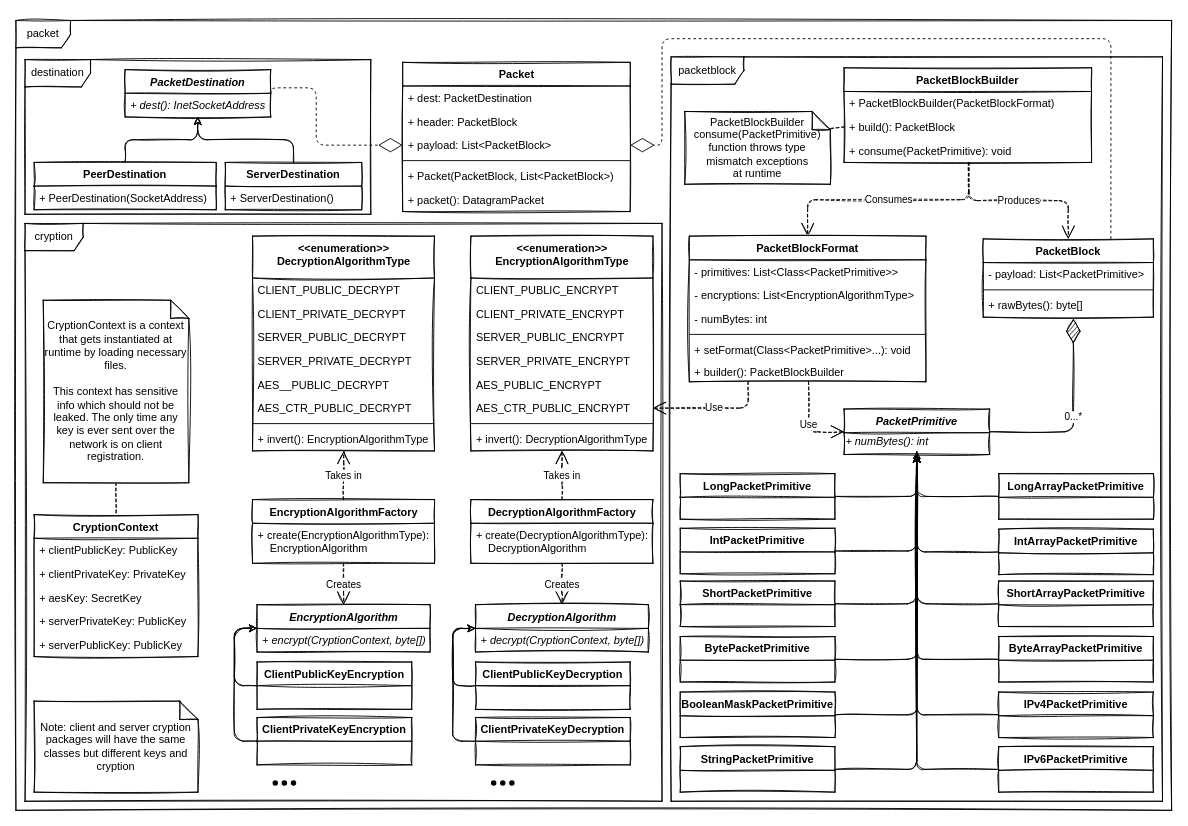
virtual-cardboard/nomad-realms-server keeps this draw.io diagram as src/main/resources/uml/packet.drawio. Above is the earlier version. Source tidied: cells renumbered, new cells numbered last; positions are measured from the earlier drawing's top-left corner, leaving out a move shared by most shapes. Both pictures are drawn from the tidied source at 91%, with x=0, y=0 at pixel (15, 20).
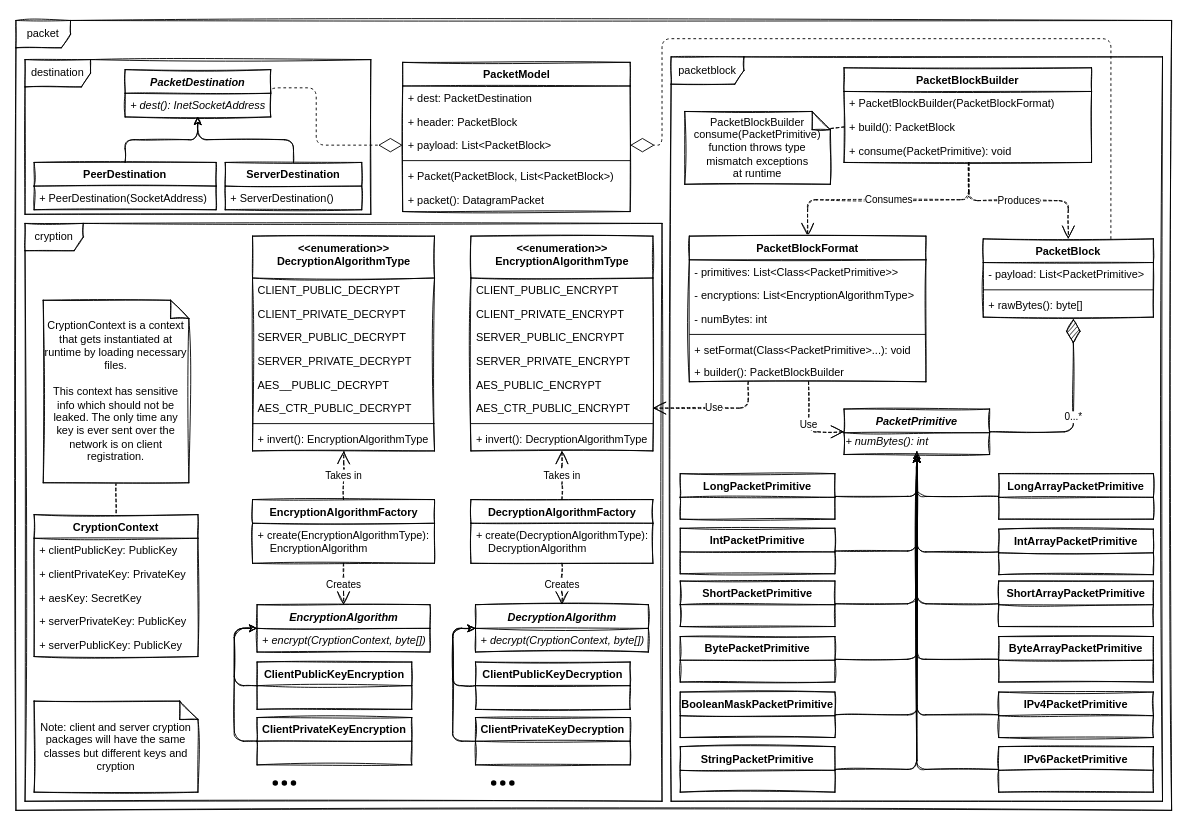
The same diagram, later.

Commit message (it also covers changes not shown here):
Networking UML

What changed in the source:
```diff
@@
-    <mxCell id="46" value="Packet" style="swimlane;fontStyle=1;align=center;verticalAlign=top;horizontal=1;startSize=26;rounded=0;shadow=0;sketch=1;strokeWidth=1;glass=0;html=1;" parent="1" vertex="1">
+    <mxCell id="46" value="PacketModel" style="swimlane;fontStyle=1;align=center;verticalAlign=top;horizontal=1;startSize=26;rounded=0;shadow=0;sketch=1;strokeWidth=1;glass=0;html=1;" parent="1" vertex="1">
       <mxGeometry x="425" y="46" width="250" height="164" as="geometry" />
     </mxCell>
```
